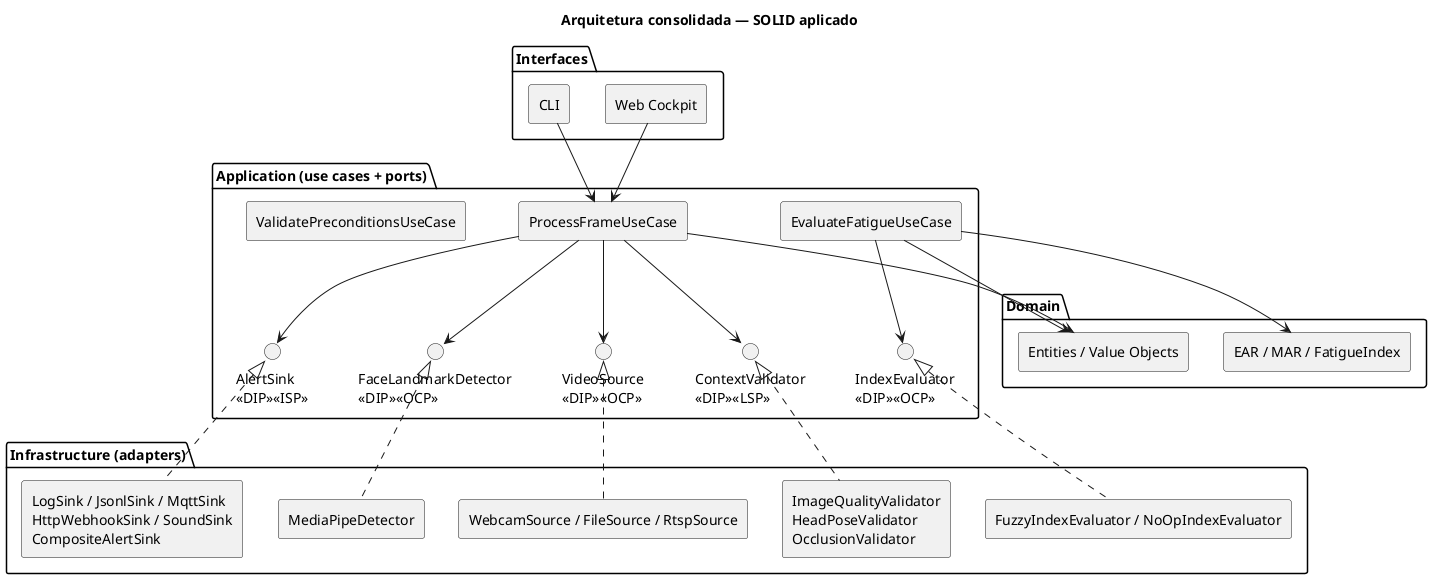
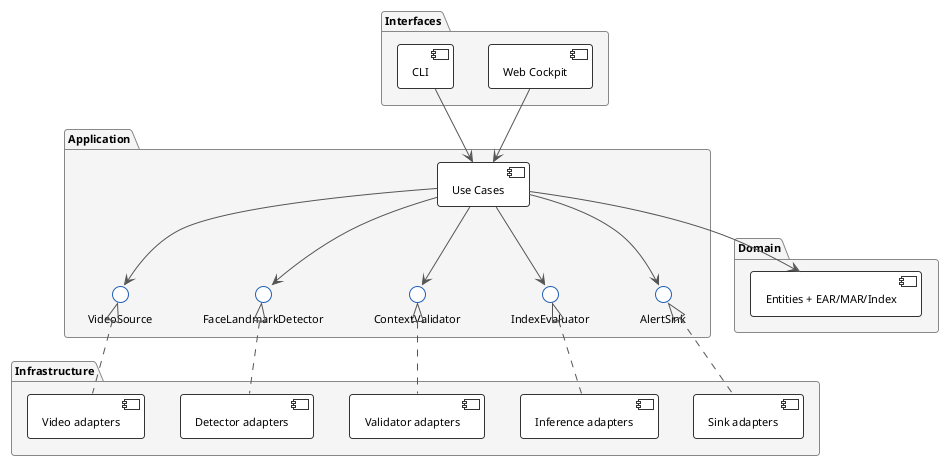
@startuml
- title Arquitetura consolidada — SOLID aplicado
- 
- skinparam componentStyle rectangle
+ !theme plain
skinparam shadowing false
+ skinparam roundCorner 6
skinparam defaultFontName "Helvetica"
+ skinparam defaultFontSize 11
+ skinparam ArrowColor #555555
+ skinparam ComponentBackgroundColor #FFFFFF
+ skinparam ComponentBorderColor #333333
+ skinparam InterfaceBackgroundColor #FFFFFF
+ skinparam InterfaceBorderColor #1E5DB8
+ skinparam PackageBackgroundColor #F5F5F5
+ skinparam PackageBorderColor #888888
+ hide circle

package "Interfaces" {
-   [Web Cockpit] as WEB
-   [CLI] as CLI
+   [Web Cockpit]
+   [CLI]
}

- package "Application (use cases + ports)" {
-   [ProcessFrameUseCase] as UC1
-   [EvaluateFatigueUseCase] as UC2
-   [ValidatePreconditionsUseCase] as UC3
-   interface "FaceLandmarkDetector\n«DIP»«OCP»" as PD
-   interface "VideoSource\n«DIP»«OCP»" as PV
-   interface "ContextValidator\n«DIP»«LSP»" as PC
-   interface "IndexEvaluator\n«DIP»«OCP»" as PI
-   interface "AlertSink\n«DIP»«ISP»" as PA
+ package "Application" {
+   [Use Cases]
+   interface "VideoSource" as PV
+   interface "FaceLandmarkDetector" as PD
+   interface "ContextValidator" as PC
+   interface "IndexEvaluator" as PI
+   interface "AlertSink" as PA
}

package "Domain" {
-   [Entities / Value Objects] as DOM
-   [EAR / MAR / FatigueIndex] as METR
+   [Entities + EAR/MAR/Index]
}

- package "Infrastructure (adapters)" {
-   [MediaPipeDetector] as ADET
-   [WebcamSource / FileSource / RtspSource] as AVS
-   [ImageQualityValidator\nHeadPoseValidator\nOcclusionValidator] as AVAL
-   [FuzzyIndexEvaluator / NoOpIndexEvaluator] as AIE
-   [LogSink / JsonlSink / MqttSink\nHttpWebhookSink / SoundSink\nCompositeAlertSink] as ASINK
+ package "Infrastructure" {
+   [Video adapters]
+   [Detector adapters]
+   [Validator adapters]
+   [Inference adapters]
+   [Sink adapters]
}

- WEB --> UC1
- CLI --> UC1
- UC1 --> PV
- UC1 --> PD
- UC1 --> PC
- UC1 --> PA
- UC2 --> PI
- UC1 --> DOM
- UC2 --> DOM
- UC2 --> METR
+ [Web Cockpit] --> [Use Cases]
+ [CLI] --> [Use Cases]
+ [Use Cases] --> PV
+ [Use Cases] --> PD
+ [Use Cases] --> PC
+ [Use Cases] --> PI
+ [Use Cases] --> PA
+ [Use Cases] --> [Entities + EAR/MAR/Index]

- PD <|.. ADET
- PV <|.. AVS
- PC <|.. AVAL
- PI <|.. AIE
- PA <|.. ASINK
- 
+ PV <|.. [Video adapters]
+ PD <|.. [Detector adapters]
+ PC <|.. [Validator adapters]
+ PI <|.. [Inference adapters]
+ PA <|.. [Sink adapters]
@enduml
